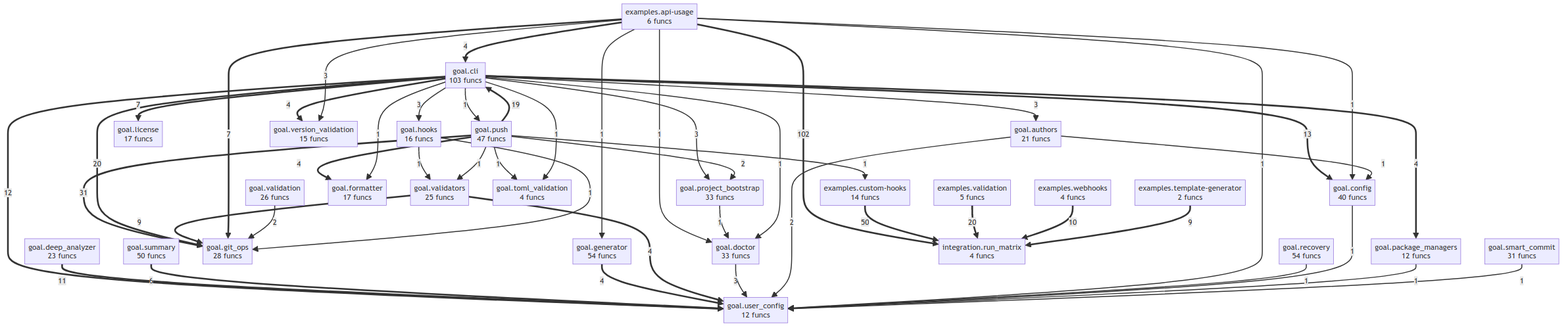
Above: project/compact_flow.png in semcod/goal (Mermaid), before the change. Its source is kept beside it as project/compact_flow.mmd.
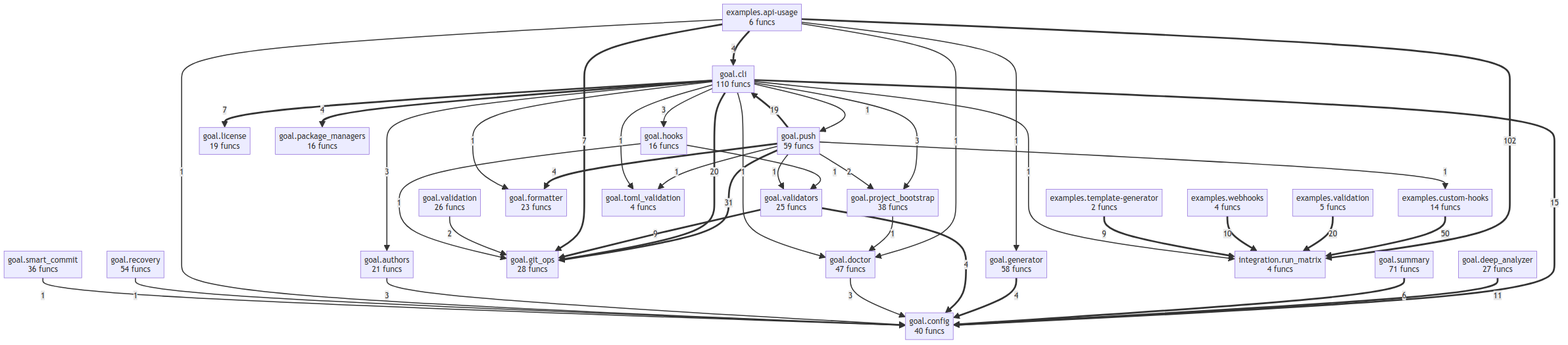
After the change.

What changed in the source:
```diff
@@ -5,26 +5,24 @@
     examples__validation["examples.validation<br/>5 funcs"]
     examples__webhooks["examples.webhooks<br/>4 funcs"]
     goal__authors["goal.authors<br/>21 funcs"]
-    goal__cli["goal.cli<br/>103 funcs"]
+    goal__cli["goal.cli<br/>110 funcs"]
     goal__config["goal.config<br/>40 funcs"]
-    goal__deep_analyzer["goal.deep_analyzer<br/>23 funcs"]
-    goal__doctor["goal.doctor<br/>33 funcs"]
-    goal__formatter["goal.formatter<br/>17 funcs"]
-    goal__generator["goal.generator<br/>54 funcs"]
+    goal__deep_analyzer["goal.deep_analyzer<br/>27 funcs"]
+    goal__doctor["goal.doctor<br/>47 funcs"]
+    goal__formatter["goal.formatter<br/>23 funcs"]
+    goal__generator["goal.generator<br/>58 funcs"]
     goal__git_ops["goal.git_ops<br/>28 funcs"]
     goal__hooks["goal.hooks<br/>16 funcs"]
-    goal__license["goal.license<br/>17 funcs"]
-    goal__package_managers["goal.package_managers<br/>12 funcs"]
-    goal__project_bootstrap["goal.project_bootstrap<br/>33 funcs"]
-    goal__push["goal.push<br/>47 funcs"]
+    goal__license["goal.license<br/>19 funcs"]
+    goal__package_managers["goal.package_managers<br/>16 funcs"]
+    goal__project_bootstrap["goal.project_bootstrap<br/>38 funcs"]
+    goal__push["goal.push<br/>59 funcs"]
     goal__recovery["goal.recovery<br/>54 funcs"]
-    goal__smart_commit["goal.smart_commit<br/>31 funcs"]
-    goal__summary["goal.summary<br/>50 funcs"]
+    goal__smart_commit["goal.smart_commit<br/>36 funcs"]
+    goal__summary["goal.summary<br/>71 funcs"]
     goal__toml_validation["goal.toml_validation<br/>4 funcs"]
-    goal__user_config["goal.user_config<br/>12 funcs"]
     goal__validation["goal.validation<br/>26 funcs"]
     goal__validators["goal.validators<br/>25 funcs"]
-    goal__version_validation["goal.version_validation<br/>15 funcs"]
     integration__run_matrix["integration.run_matrix<br/>4 funcs"]
     examples__api_usage ==>|102| integration__run_matrix
     examples__custom_hooks ==>|50| integration__run_matrix
@@ -32,37 +30,34 @@
     examples__validation ==>|20| integration__run_matrix
     goal__cli ==>|20| goal__git_ops
     goal__push ==>|19| goal__cli
-    goal__cli ==>|13| goal__config
-    goal__cli ==>|12| goal__user_config
-    goal__deep_analyzer ==>|11| goal__user_config
+    goal__cli ==>|15| goal__config
+    goal__deep_analyzer ==>|11| goal__config
     examples__webhooks ==>|10| integration__run_matrix
     examples__template_generator ==>|9| integration__run_matrix
     goal__validators ==>|9| goal__git_ops
     examples__api_usage ==>|7| goal__git_ops
     goal__cli ==>|7| goal__license
-    goal__summary ==>|6| goal__user_config
+    goal__summary ==>|6| goal__config
     examples__api_usage ==>|4| goal__cli
-    goal__generator ==>|4| goal__user_config
-    goal__validators ==>|4| goal__user_config
+    goal__generator ==>|4| goal__config
+    goal__validators ==>|4| goal__config
     goal__push ==>|4| goal__formatter
-    goal__cli ==>|4| goal__version_validation
     goal__cli ==>|4| goal__package_managers
-    examples__api_usage -->|3| goal__version_validation
     goal__cli -->|3| goal__hooks
     goal__cli -->|3| goal__authors
     goal__cli -->|3| goal__project_bootstrap
-    goal__doctor -->|3| goal__user_config
+    goal__doctor -->|3| goal__config
+    goal__authors -->|3| goal__config
     goal__push -->|2| goal__project_bootstrap
     goal__validation -->|2| goal__git_ops
-    goal__authors -->|2| goal__user_config
     examples__api_usage -->|1| goal__config
-    examples__api_usage -->|1| goal__user_config
     examples__api_usage -->|1| goal__doctor
     examples__api_usage -->|1| goal__generator
+    goal__cli -->|1| integration__run_matrix
     goal__project_bootstrap -->|1| goal__doctor
     goal__hooks -->|1| goal__git_ops
     goal__hooks -->|1| goal__validators
-    goal__recovery -->|1| goal__user_config
+    goal__recovery -->|1| goal__config
     goal__push -->|1| examples__custom_hooks
     goal__push -->|1| goal__toml_validation
     goal__push -->|1| goal__validators
@@ -70,7 +65,4 @@
     goal__cli -->|1| goal__formatter
     goal__cli -->|1| goal__toml_validation
     goal__cli -->|1| goal__push
-    goal__config -->|1| goal__user_config
-    goal__package_managers -->|1| goal__user_config
-    goal__smart_commit -->|1| goal__user_config
-    goal__authors -->|1| goal__config
+    goal__smart_commit -->|1| goal__config
```
